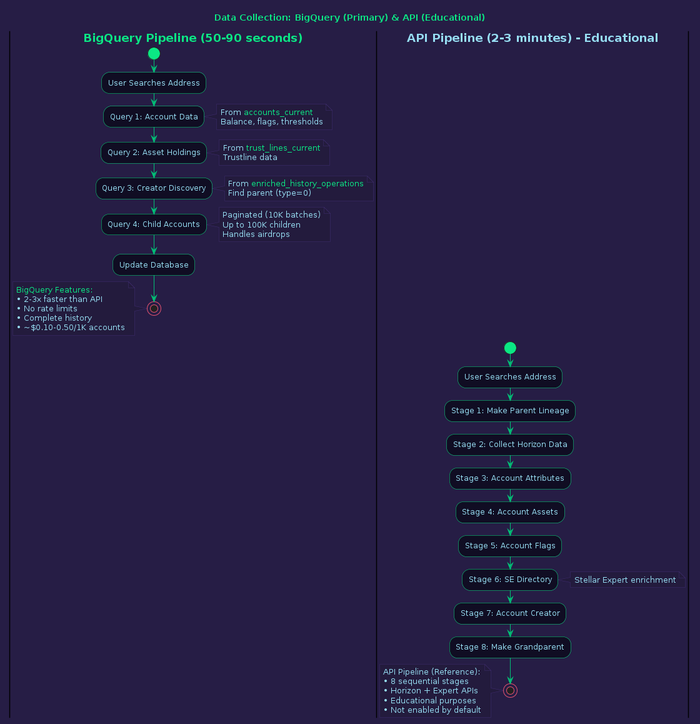
Before: diagrams/02_data_pipeline.png, a diagram exported from PlantUML (areveur51/StellarMapWeb).
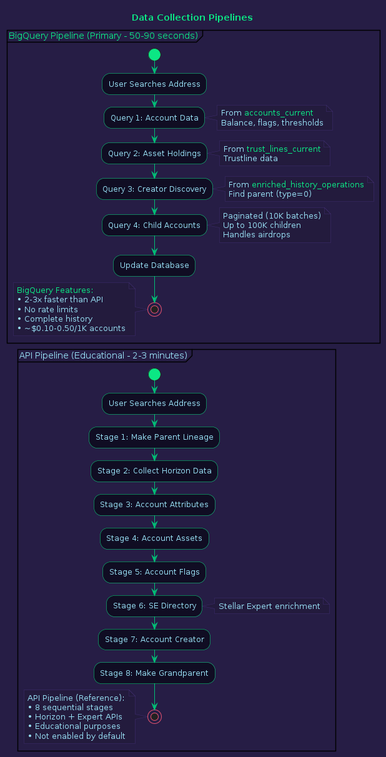
After the commit.

The edit, as a diff of the source:
```diff
@@ -16,84 +16,84 @@
   FontColor #96DDF2
 }
 
-title <color:#0BE784>Data Collection: BigQuery (Primary) & API (Educational)
+title <color:#0BE784>Data Collection Pipelines
 
-|<b><color:#0BE784>BigQuery Pipeline (50-90 seconds)|
+partition "<color:#0BE784>BigQuery Pipeline (Primary - 50-90 seconds)" {
+  start
 
-start
+  :User Searches Address;
 
-:User Searches Address;
+  :Query 1: Account Data;
+  note right #231B3D
+    <color:#96DDF2>From <color:#0BE784>accounts_current
+    <color:#96DDF2>Balance, flags, thresholds
+  end note
 
-:Query 1: Account Data;
-note right #231B3D
-  <color:#96DDF2>From <color:#0BE784>accounts_current
-  <color:#96DDF2>Balance, flags, thresholds
-end note
+  :Query 2: Asset Holdings;
+  note right #231B3D
+    <color:#96DDF2>From <color:#0BE784>trust_lines_current
+    <color:#96DDF2>Trustline data
+  end note
 
-:Query 2: Asset Holdings;
-note right #231B3D
-  <color:#96DDF2>From <color:#0BE784>trust_lines_current
-  <color:#96DDF2>Trustline data
-end note
+  :Query 3: Creator Discovery;
+  note right #231B3D
+    <color:#96DDF2>From <color:#0BE784>enriched_history_operations
+    <color:#96DDF2>Find parent (type=0)
+  end note
 
-:Query 3: Creator Discovery;
-note right #231B3D
-  <color:#96DDF2>From <color:#0BE784>enriched_history_operations
-  <color:#96DDF2>Find parent (type=0)
-end note
+  :Query 4: Child Accounts;
+  note right #231B3D
+    <color:#96DDF2>Paginated (10K batches)
+    <color:#96DDF2>Up to 100K children
+    <color:#96DDF2>Handles airdrops
+  end note
 
-:Query 4: Child Accounts;
-note right #231B3D
-  <color:#96DDF2>Paginated (10K batches)
-  <color:#96DDF2>Up to 100K children
-  <color:#96DDF2>Handles airdrops
-end note
+  :Update Database;
 
-:Update Database;
+  stop
 
-stop
+  note left #231B3D
+    <color:#0BE784>BigQuery Features:
+    <color:#96DDF2>• 2-3x faster than API
+    <color:#96DDF2>• No rate limits
+    <color:#96DDF2>• Complete history
+    <color:#96DDF2>• ~$0.10-0.50/1K accounts
+  end note
+}
 
-note left #231B3D
-  <color:#0BE784>BigQuery Features:
-  <color:#96DDF2>• 2-3x faster than API
-  <color:#96DDF2>• No rate limits
-  <color:#96DDF2>• Complete history
-  <color:#96DDF2>• ~$0.10-0.50/1K accounts
-end note
+partition "<color:#96DDF2>API Pipeline (Educational - 2-3 minutes)" {
+  start
 
-|<b><color:#96DDF2>API Pipeline (2-3 minutes) - Educational|
+  :User Searches Address;
 
-start
+  :Stage 1: Make Parent Lineage;
 
-:User Searches Address;
+  :Stage 2: Collect Horizon Data;
 
-:Stage 1: Make Parent Lineage;
+  :Stage 3: Account Attributes;
 
-:Stage 2: Collect Horizon Data;
+  :Stage 4: Account Assets;
 
-:Stage 3: Account Attributes;
+  :Stage 5: Account Flags;
 
-:Stage 4: Account Assets;
+  :Stage 6: SE Directory;
+  note right #231B3D
+    <color:#96DDF2>Stellar Expert enrichment
+  end note
 
-:Stage 5: Account Flags;
+  :Stage 7: Account Creator;
 
-:Stage 6: SE Directory;
-note right #231B3D
-  <color:#96DDF2>Stellar Expert enrichment
-end note
+  :Stage 8: Make Grandparent;
 
-:Stage 7: Account Creator;
+  stop
 
-:Stage 8: Make Grandparent;
-
-stop
-
-note left #231B3D
-  <color:#96DDF2>API Pipeline (Reference):
-  <color:#96DDF2>• 8 sequential stages
-  <color:#96DDF2>• Horizon + Expert APIs
-  <color:#96DDF2>• Educational purposes
-  <color:#96DDF2>• Not enabled by default
-end note
+  note left #231B3D
+    <color:#96DDF2>API Pipeline (Reference):
+    <color:#96DDF2>• 8 sequential stages
+    <color:#96DDF2>• Horizon + Expert APIs
+    <color:#96DDF2>• Educational purposes
+    <color:#96DDF2>• Not enabled by default
+  end note
+}
 
 @enduml
```
